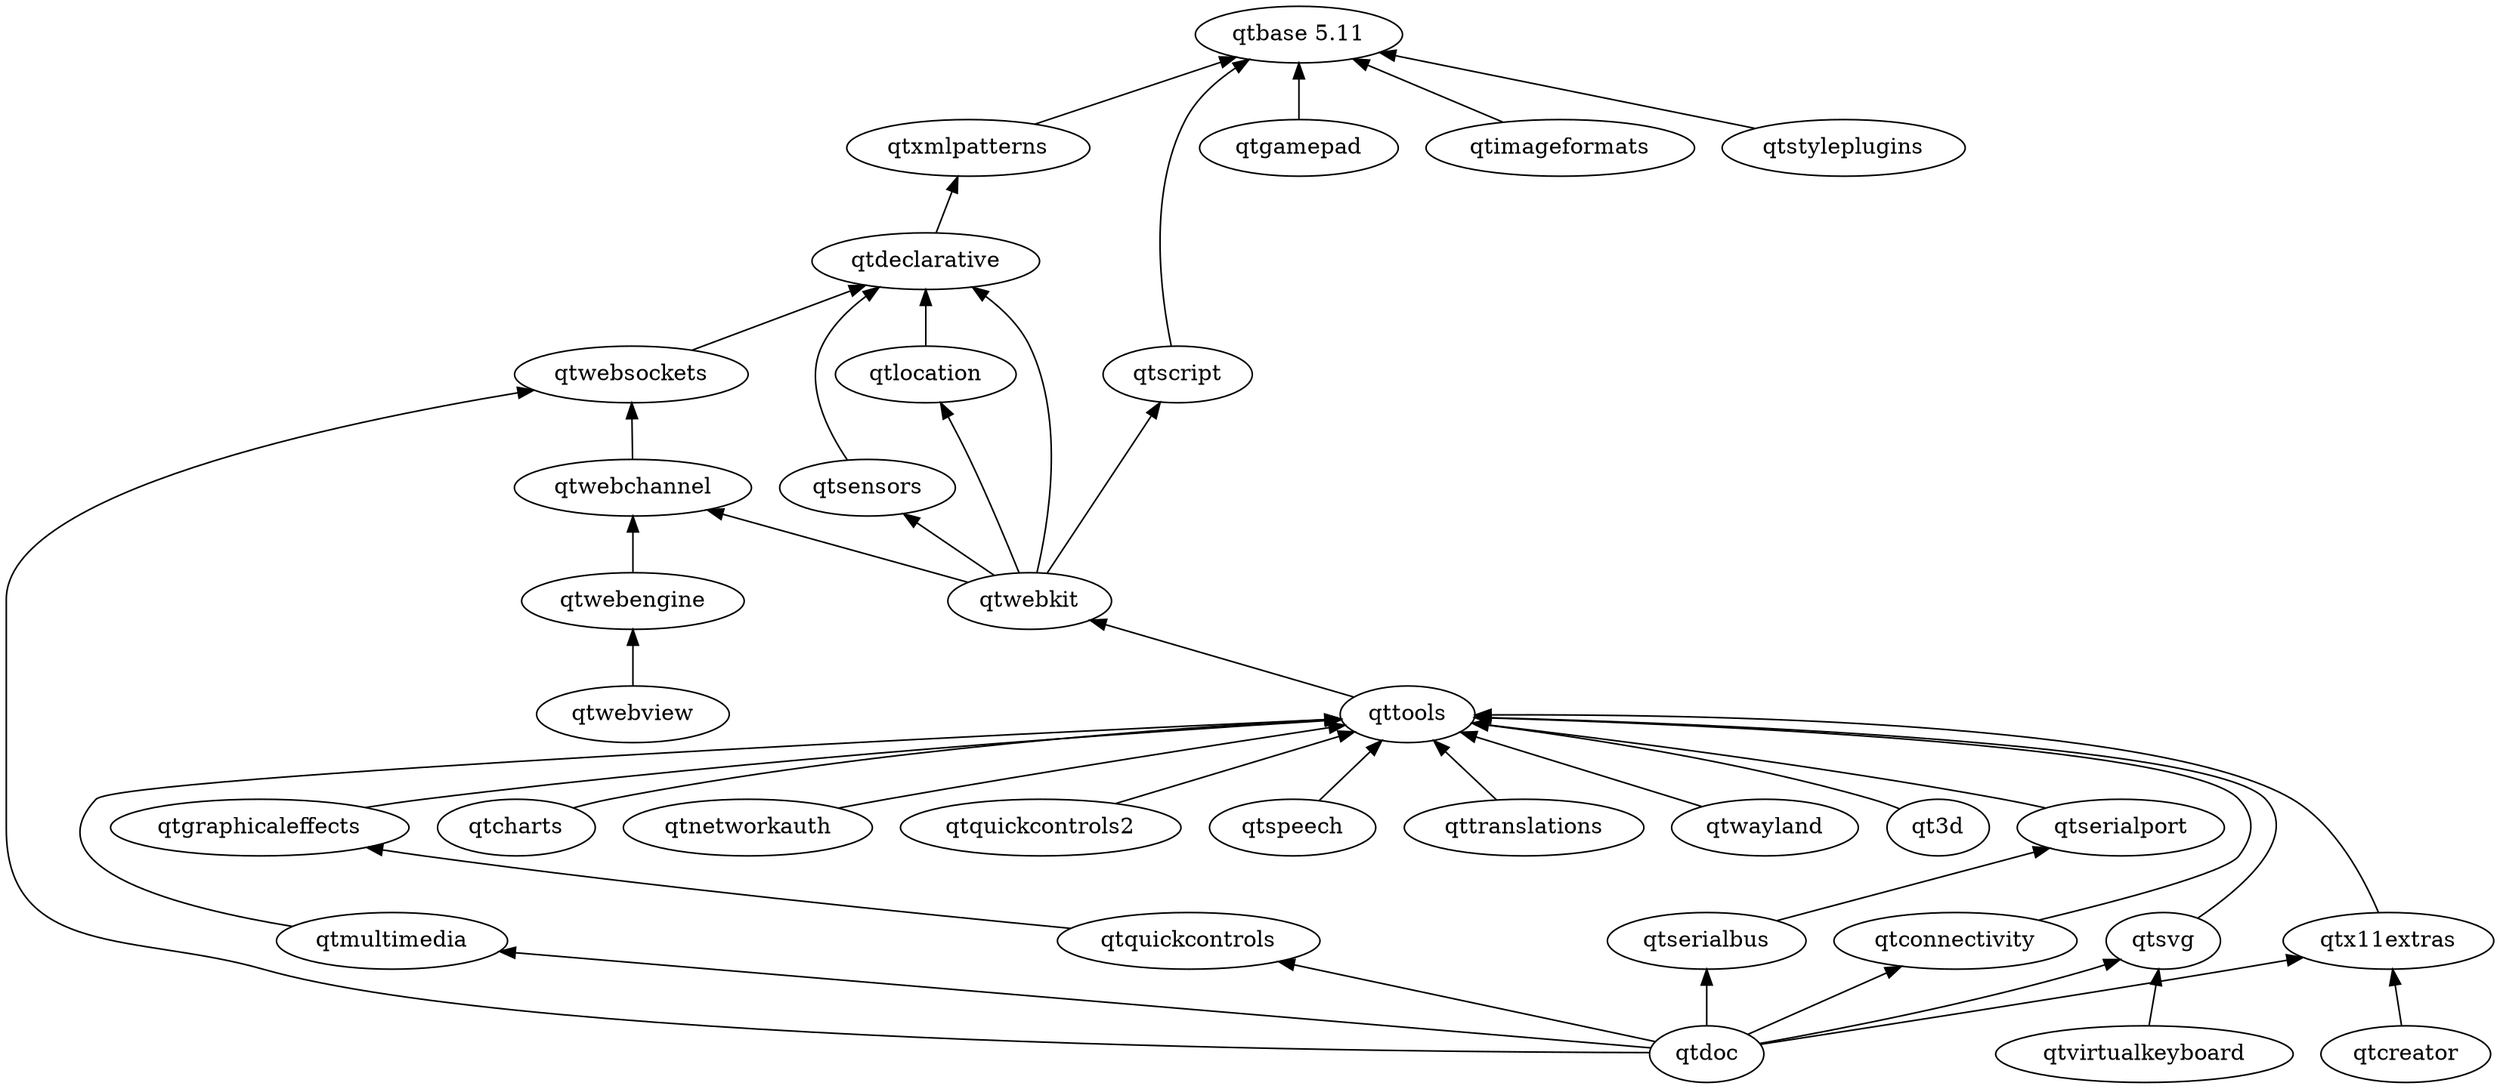
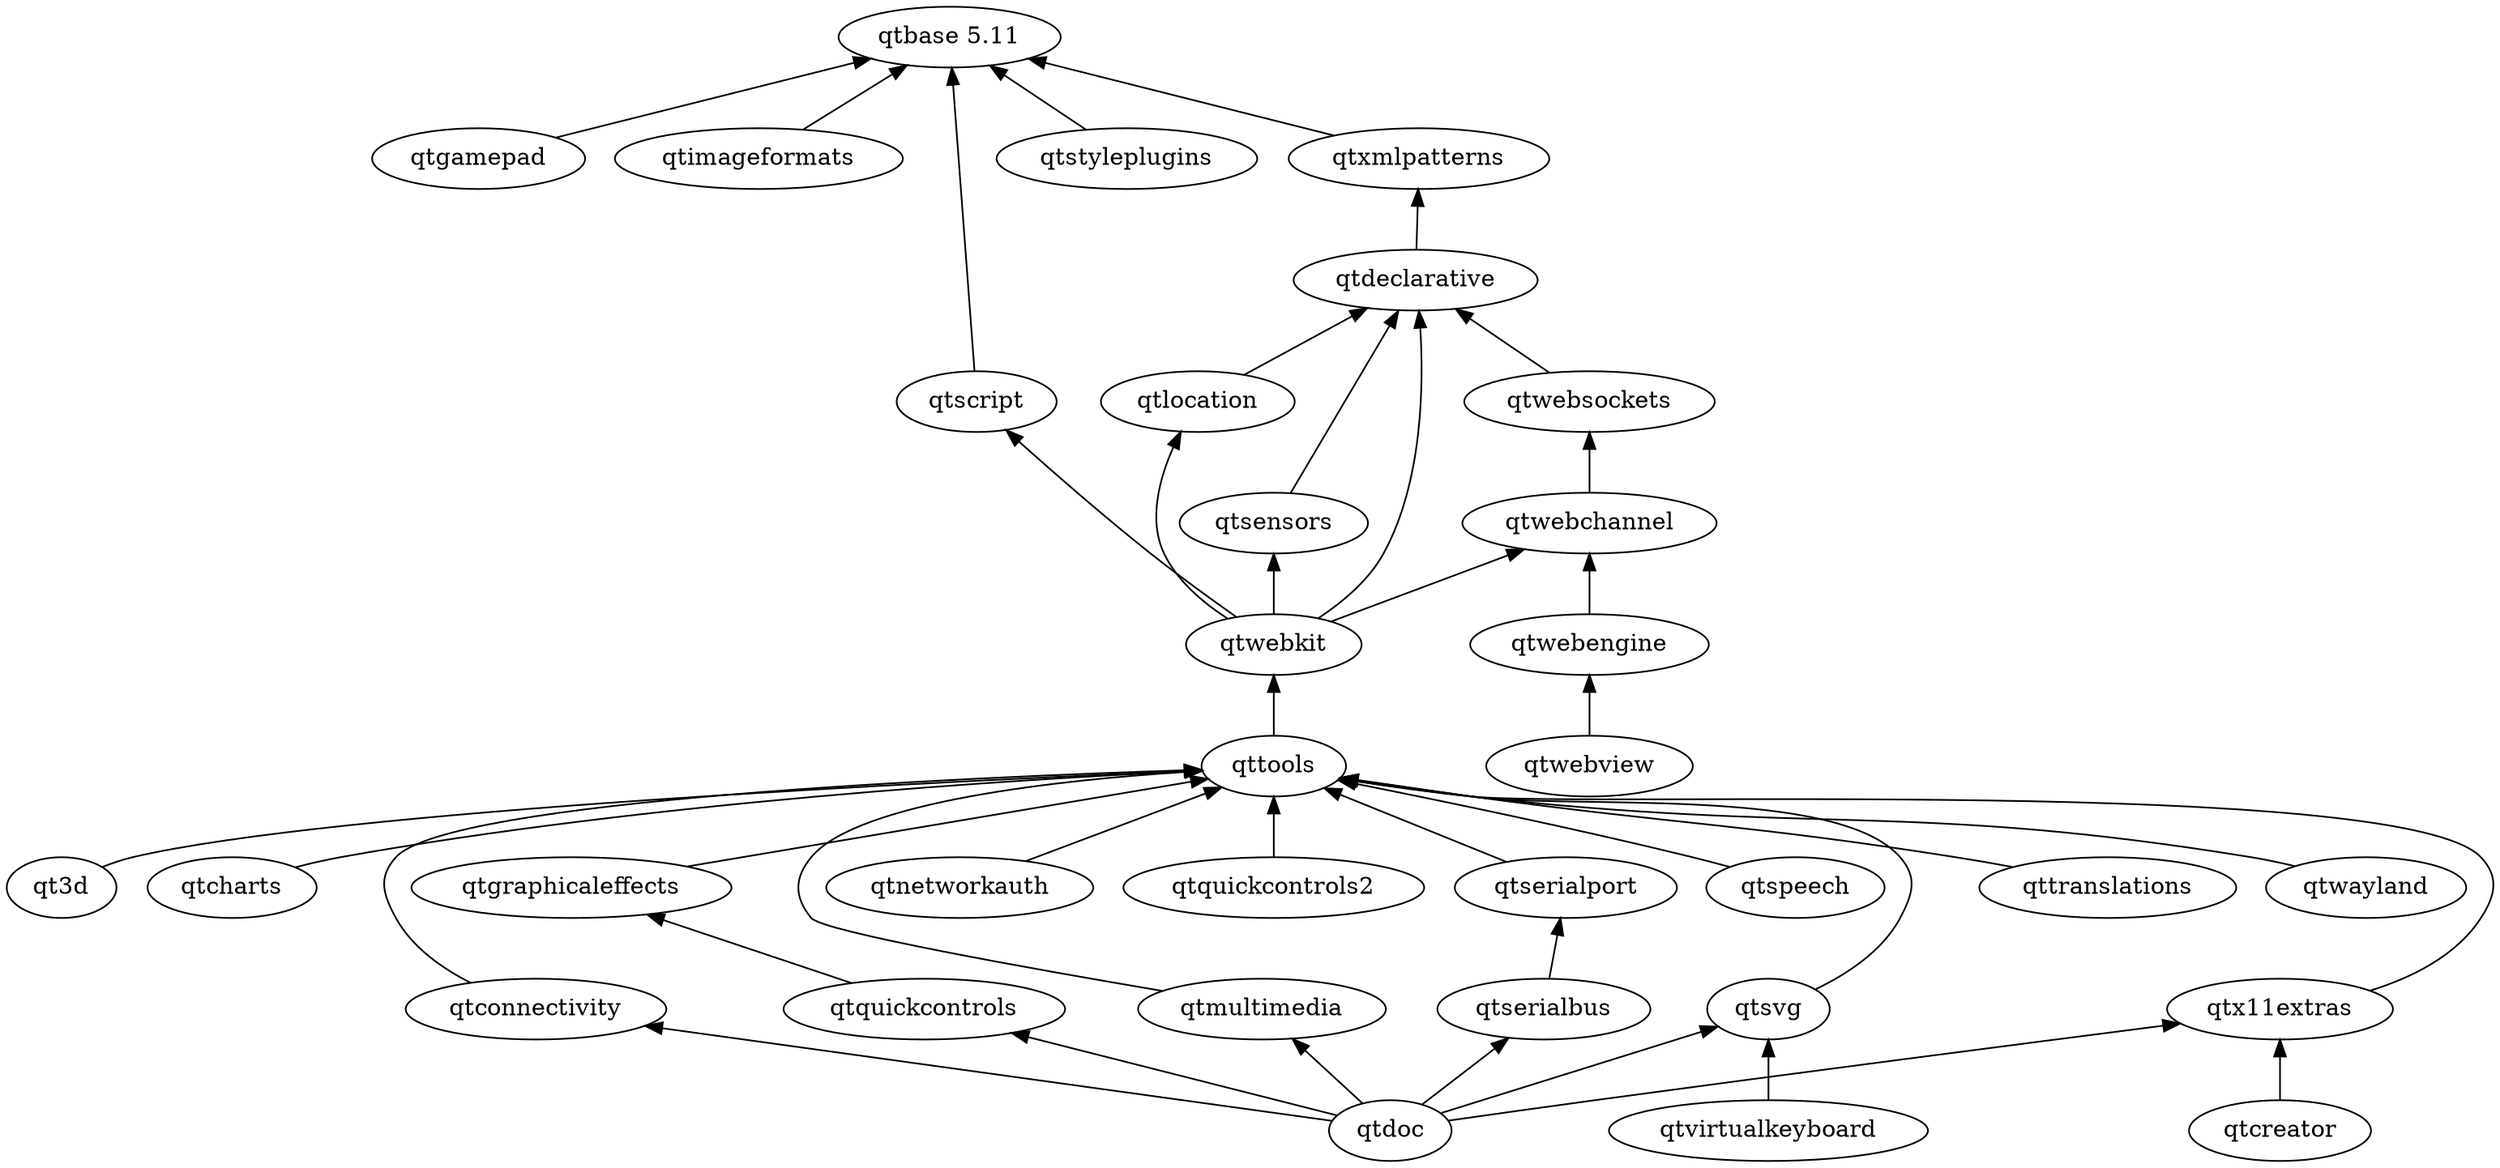
digraph qt5 {
  graph [
    rankdir = "BT"
  ]

  qt3d
  "qtbase 5.11"
  qtcharts
  qtconnectivity
  qtcreator
  qtdeclarative
  qtdoc
  qtgamepad
  qtgraphicaleffects
  qtimageformats
  qtlocation
  qtmultimedia
  qtnetworkauth
  qtquickcontrols
  qtquickcontrols2
  qtscript
  qtsensors
  qtserialbus
  qtserialport
  qtspeech
  qtstyleplugins
  qtsvg
  qttools
  qttranslations
  qtvirtualkeyboard
  qtwayland
  qtwebchannel
  qtwebengine
  qtwebkit
  qtwebsockets
  qtx11extras
  qtxmlpatterns

  qt3d -> qttools
  qtcharts -> qttools
  qtconnectivity -> qttools
  qtcreator -> qtx11extras
  qtdeclarative -> qtxmlpatterns
  qtdoc -> qtconnectivity
  qtdoc -> qtmultimedia
  qtdoc -> qtquickcontrols
  qtdoc -> qtserialbus
  qtdoc -> qtsvg
-   qtdoc -> qtwebsockets
  qtdoc -> qtx11extras
  qtgamepad -> "qtbase 5.11"
  qtgraphicaleffects -> qttools
  qtimageformats -> "qtbase 5.11"
  qtlocation -> qtdeclarative
  qtmultimedia -> qttools
  qtnetworkauth -> qttools
  qtquickcontrols -> qtgraphicaleffects
  qtquickcontrols2 -> qttools
  qtscript -> "qtbase 5.11"
  qtsensors ->qtdeclarative
  qtserialbus -> qtserialport
  qtserialport -> qttools
  qtspeech -> qttools
  qtstyleplugins -> "qtbase 5.11"
  qtsvg -> qttools
  qttools -> qtwebkit
  qttranslations -> qttools
  qtvirtualkeyboard -> qtsvg
  qtwayland -> qttools
  qtwebchannel -> qtwebsockets
  qtwebengine -> qtwebchannel
  qtwebview -> qtwebengine
  qtwebkit -> qtdeclarative
  qtwebkit -> qtlocation
  qtwebkit -> qtscript
  qtwebkit -> qtsensors
  qtwebkit -> qtwebchannel
  qtwebsockets -> qtdeclarative
  qtx11extras -> qttools
  qtxmlpatterns -> "qtbase 5.11"
}
